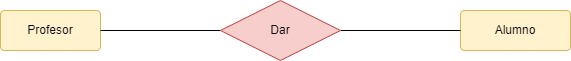
Earlier version of the draw.io export TAREAS/Tarea5/Ejercicio 1/IMG/ER.nº1.PASO1.drawio.png (samugd17/base-datos-bae-). Source tidied: cells renumbered, new cells last; positions are measured from the earlier drawing's top-left corner, leaving out a move shared by most shapes.
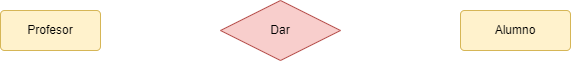
After the change.

The edit, as a diff of the source:
```diff
@@ -8,12 +8,6 @@
     <mxCell id="3" value="Alumno" style="rounded=1;arcSize=10;whiteSpace=wrap;html=1;align=center;fillColor=#fff2cc;strokeColor=#d6b656;" parent="1" vertex="1">
       <mxGeometry x="460" y="10" width="110" height="40" as="geometry" />
     </mxCell>
-    <mxCell id="4" style="endArrow=none;html=1;rounded=0;entryX=0;entryY=0.5;entryDx=0;entryDy=0;exitX=1;exitY=0.5;exitDx=0;exitDy=0;" parent="1" edge="1" source="2" target="6">
-      <mxGeometry relative="1" as="geometry" />
-    </mxCell>
-    <mxCell id="5" style="edgeStyle=orthogonalEdgeStyle;rounded=0;jettySize=auto;html=1;entryX=0;entryY=0.5;entryDx=0;entryDy=0;endArrow=none;endFill=0;" parent="1" edge="1" source="6" target="3">
-      <mxGeometry relative="1" as="geometry" />
-    </mxCell>
     <mxCell id="6" value="Dar" style="shape=rhombus;perimeter=rhombusPerimeter;whiteSpace=wrap;html=1;align=center;fillColor=#f8cecc;strokeColor=#b85450;" parent="1" vertex="1">
       <mxGeometry x="220" width="120" height="60" as="geometry" />
     </mxCell>
```
